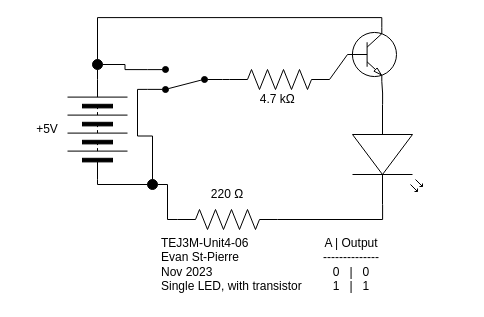
This is Unit4-06/Unit4-06.drawio from Evan-St-Pierre/TEJ3M-Unit4, a draw.io file, before an edit. Source tidied: cells renumbered, new cells numbered last; positions are measured from the earlier drawing's top-left corner, leaving out a move shared by most shapes. Both pictures are drawn from the tidied source at 100%, with x=0, y=0 at pixel (17, 24).
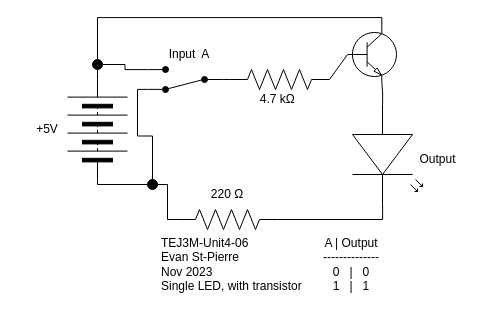
The same diagram, later.

What changed in the source:
```diff
@@
+    <mxCell id="26" value="Input&amp;nbsp; A" style="text;strokeColor=none;align=center;fillColor=none;html=1;verticalAlign=middle;whiteSpace=wrap;rounded=0;" parent="1" vertex="1">
+      <mxGeometry x="142" y="15" width="60" height="30" as="geometry" />
+    </mxCell>
+    <mxCell id="27" value="Output" style="text;html=1;align=center;verticalAlign=middle;strokeColor=none;fillColor=none;" parent="1" vertex="1">
+      <mxGeometry x="390" y="120" width="60" height="30" as="geometry" />
+    </mxCell>
```
